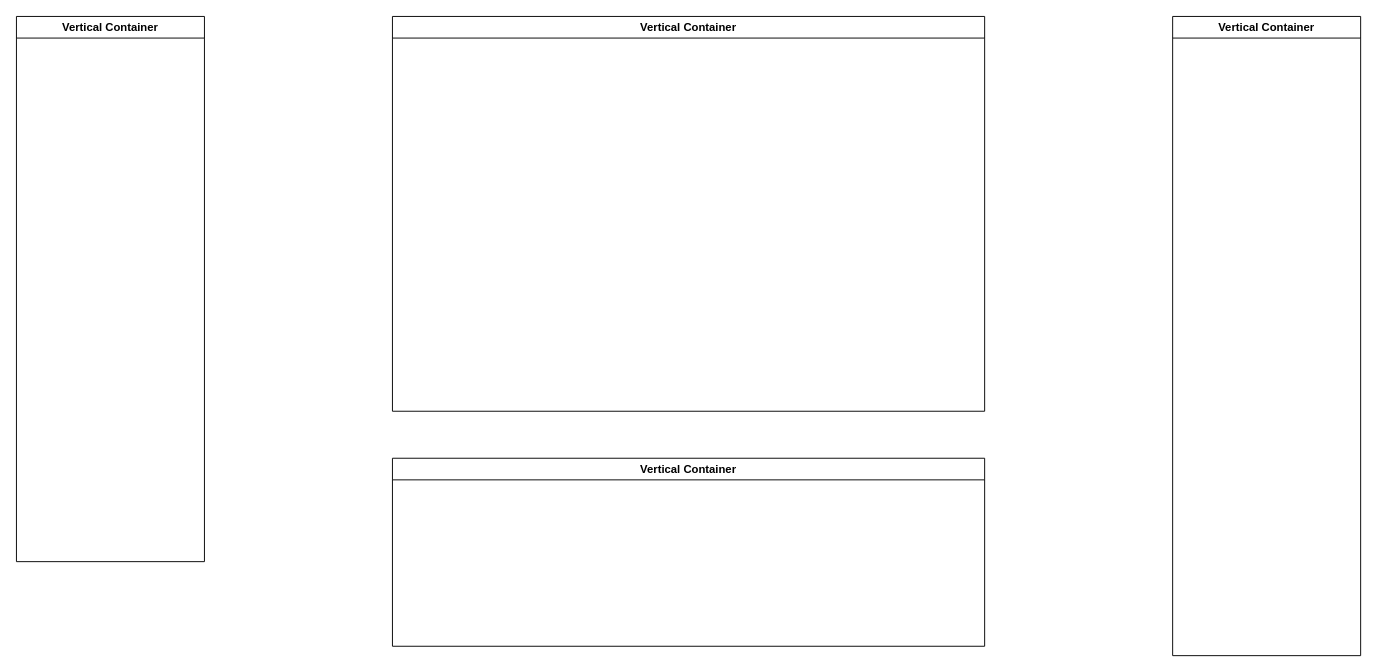
Above: Untitled Diagram.drawio in Blackart-glitch/FundFlex (draw.io), before the change. Source tidied: cells renumbered, new cells numbered last; positions are measured from the earlier drawing's top-left corner, leaving out a move shared by most shapes. Both pictures are drawn from the tidied source at 94%, with x=0, y=0 at pixel (16, 16).
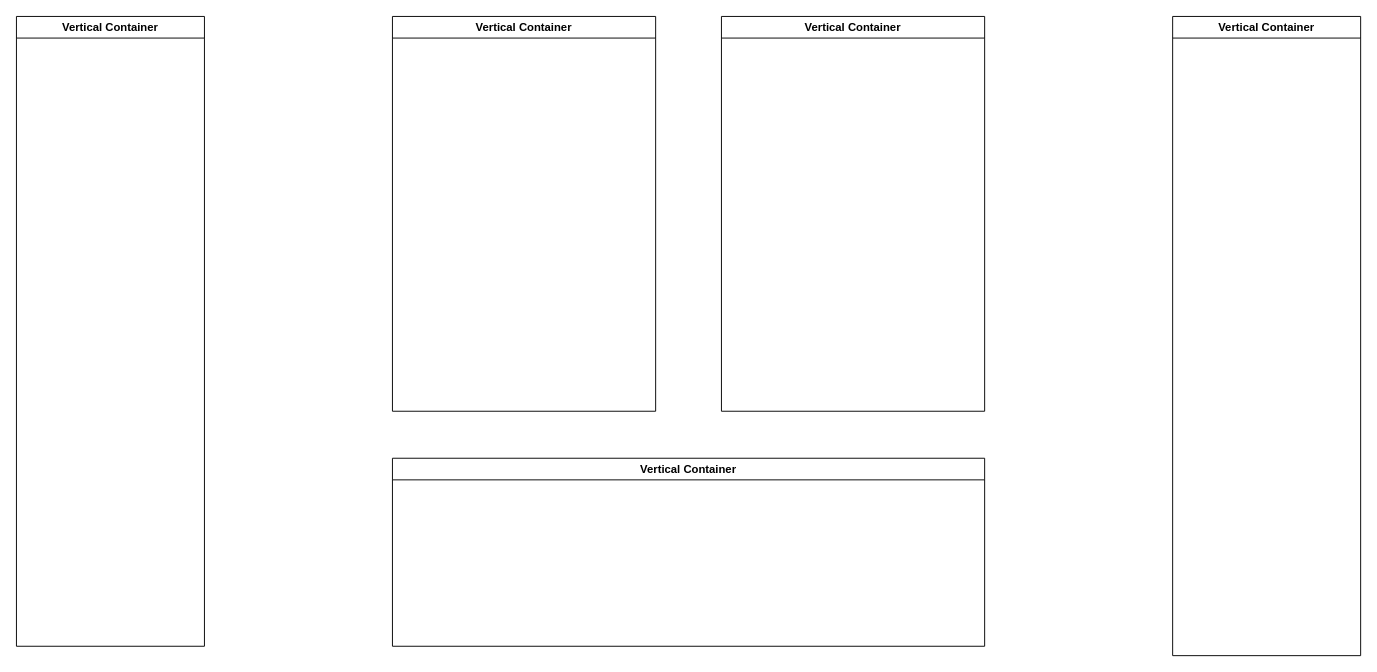
The same diagram, later.

Diff of the diagram source:
```diff
@@
 <mxGraphModel>
   <root>
     <mxCell id="0" />
     <mxCell id="1" parent="0" />
     <mxCell id="2" value="Vertical Container" style="swimlane;whiteSpace=wrap;html=1;" parent="1" vertex="1">
-      <mxGeometry width="200" height="580" as="geometry" />
+      <mxGeometry width="200" height="670" as="geometry" />
     </mxCell>
     <mxCell id="3" value="Vertical Container" style="swimlane;whiteSpace=wrap;html=1;" parent="1" vertex="1">
-      <mxGeometry x="400" width="630" height="420" as="geometry" />
+      <mxGeometry x="750" width="280" height="420" as="geometry" />
     </mxCell>
     <mxCell id="4" value="Vertical Container" style="swimlane;whiteSpace=wrap;html=1;" parent="1" vertex="1">
       <mxGeometry x="400" y="470" width="630" height="200" as="geometry" />
     </mxCell>
     <mxCell id="5" value="Vertical Container" style="swimlane;whiteSpace=wrap;html=1;" parent="1" vertex="1">
       <mxGeometry x="1230" width="200" height="680" as="geometry" />
     </mxCell>
+    <mxCell id="6" value="Vertical Container" style="swimlane;whiteSpace=wrap;html=1;" parent="1" vertex="1">
+      <mxGeometry x="400" width="280" height="420" as="geometry" />
+    </mxCell>
   </root>
 </mxGraphModel>
```
